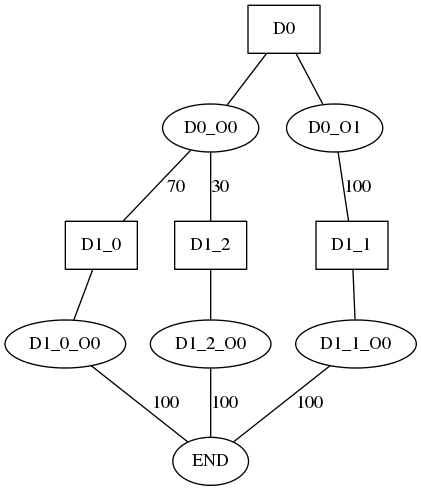
Before: examples/teststory.png, a diagram exported from Graphviz (mgohde/nudge-tools). Its source is kept beside it as examples/teststory.dot. The source it was exported from:
```dot
graph xmltest  {
  size="10,10";
  D0 [shape=box];
  D0 -- D0_O0;
  D0_O0 -- D1_0 [ label="70" ];
  D0_O0 -- D1_2 [ label="30" ];
  D0 -- D0_O1;
  D0_O1 -- D1_1 [ label="100" ];
  D1_0 [shape=box];
  D1_0 -- D1_0_O0;
  D1_0_O0 -- END [ label="100" ];
  D1_1 [shape=box];
  D1_1 -- D1_1_O0;
  D1_1_O0 -- END [ label="100" ];
  D1_2 [shape=box];
  D1_2 -- D1_2_O0;
  D1_2_O0 -- END [ label="100" ];
}
```
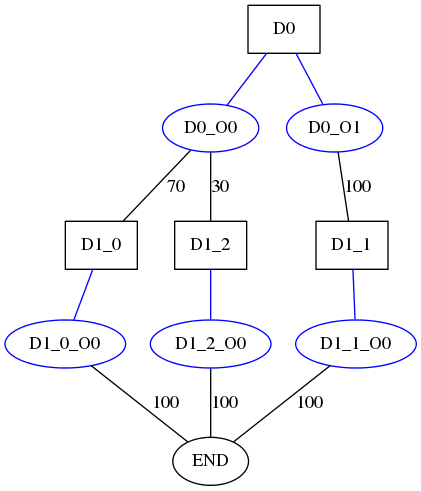
Above is the later version.

Diff of the diagram source:
```diff
@@ -1,18 +1,23 @@
 graph xmltest  {
-  size="10,10";
+  size="40,40";
   D0 [shape=box];
-  D0 -- D0_O0;
+  D0_O0 [color=blue];
+  D0 -- D0_O0 [ color=blue ];
   D0_O0 -- D1_0 [ label="70" ];
   D0_O0 -- D1_2 [ label="30" ];
-  D0 -- D0_O1;
+  D0_O1 [color=blue];
+  D0 -- D0_O1 [ color=blue ];
   D0_O1 -- D1_1 [ label="100" ];
   D1_0 [shape=box];
-  D1_0 -- D1_0_O0;
+  D1_0_O0 [color=blue];
+  D1_0 -- D1_0_O0 [ color=blue ];
   D1_0_O0 -- END [ label="100" ];
   D1_1 [shape=box];
-  D1_1 -- D1_1_O0;
+  D1_1_O0 [color=blue];
+  D1_1 -- D1_1_O0 [ color=blue ];
   D1_1_O0 -- END [ label="100" ];
   D1_2 [shape=box];
-  D1_2 -- D1_2_O0;
+  D1_2_O0 [color=blue];
+  D1_2 -- D1_2_O0 [ color=blue ];
   D1_2_O0 -- END [ label="100" ];
 }
```
